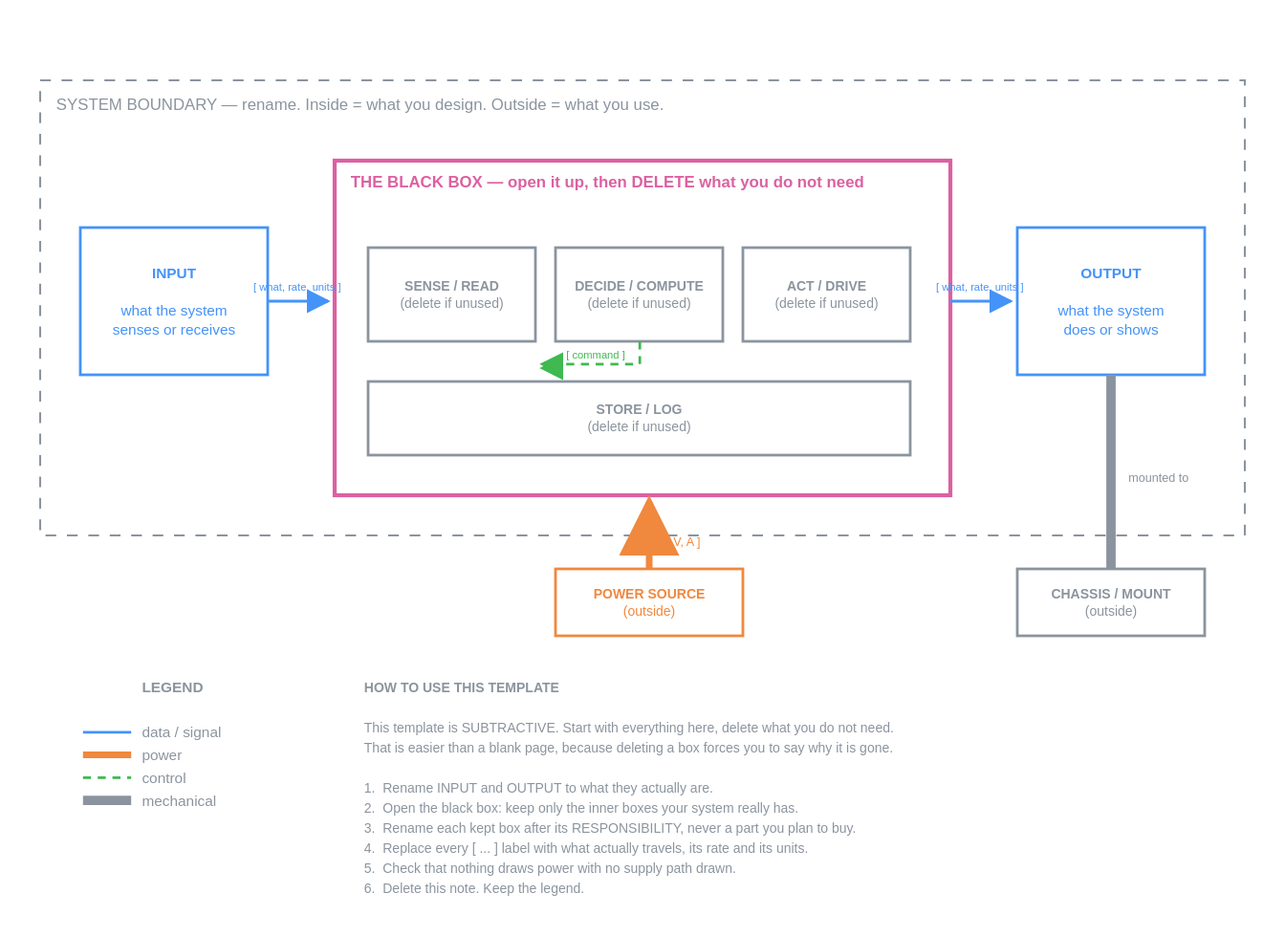
Earlier version of the draw.io export 02-concepts/diagrams/starter-template.drawio.svg (rithvin-us/Team-Asterix-System-Design-Notes). Source tidied: cells renumbered, new cells last; positions are measured from the earlier drawing's top-left corner, leaving out a move shared by most shapes.
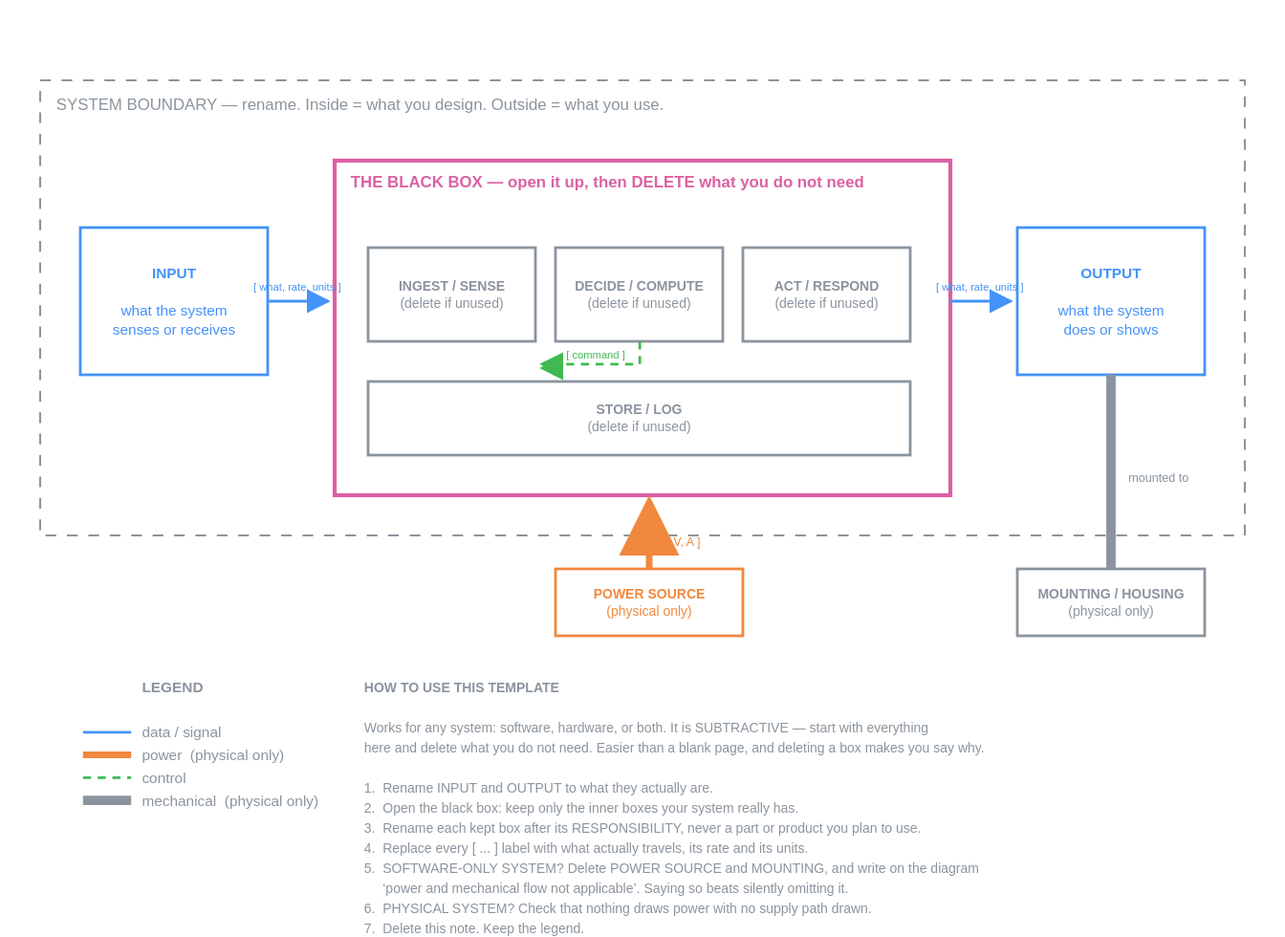
The same diagram one commit later.

Diff of the diagram source:
```diff
@@ -14,22 +14,22 @@
     <mxCell id="5" value="OUTPUT&#10;&#10;what the system&#10;does or shows" style="rounded=0;whiteSpace=wrap;html=1;fillColor=none;strokeWidth=2;strokeColor=#4493f8;fontColor=#4493f8;" parent="1" vertex="1">
       <mxGeometry x="730" y="110" width="140" height="110" as="geometry" />
     </mxCell>
-    <mxCell id="6" value="SENSE / READ&#10;(delete if unused)" style="rounded=0;whiteSpace=wrap;html=1;fillColor=none;strokeWidth=2;strokeColor=#8b949e;fontColor=#8b949e;" parent="1" vertex="1">
+    <mxCell id="6" value="INGEST / SENSE&#10;(delete if unused)" style="rounded=0;whiteSpace=wrap;html=1;fillColor=none;strokeWidth=2;strokeColor=#8b949e;fontColor=#8b949e;" parent="1" vertex="1">
       <mxGeometry x="245" y="125" width="125" height="70" as="geometry" />
     </mxCell>
     <mxCell id="7" value="DECIDE / COMPUTE&#10;(delete if unused)" style="rounded=0;whiteSpace=wrap;html=1;fillColor=none;strokeWidth=2;strokeColor=#8b949e;fontColor=#8b949e;" parent="1" vertex="1">
       <mxGeometry x="385" y="125" width="125" height="70" as="geometry" />
     </mxCell>
-    <mxCell id="8" value="ACT / DRIVE&#10;(delete if unused)" style="rounded=0;whiteSpace=wrap;html=1;fillColor=none;strokeWidth=2;strokeColor=#8b949e;fontColor=#8b949e;" parent="1" vertex="1">
+    <mxCell id="8" value="ACT / RESPOND&#10;(delete if unused)" style="rounded=0;whiteSpace=wrap;html=1;fillColor=none;strokeWidth=2;strokeColor=#8b949e;fontColor=#8b949e;" parent="1" vertex="1">
       <mxGeometry x="525" y="125" width="125" height="70" as="geometry" />
     </mxCell>
     <mxCell id="9" value="STORE / LOG  (delete if unused)" style="rounded=0;whiteSpace=wrap;html=1;fillColor=none;strokeWidth=2;strokeColor=#8b949e;fontColor=#8b949e;" parent="1" vertex="1">
       <mxGeometry x="245" y="225" width="405" height="55" as="geometry" />
     </mxCell>
-    <mxCell id="10" value="POWER SOURCE&#10;(outside)" style="rounded=0;whiteSpace=wrap;html=1;fillColor=none;strokeWidth=2;strokeColor=#f0883e;fontColor=#f0883e;" parent="1" vertex="1">
+    <mxCell id="10" value="POWER SOURCE&#10;(physical only)" style="rounded=0;whiteSpace=wrap;html=1;fillColor=none;strokeWidth=2;strokeColor=#f0883e;fontColor=#f0883e;" parent="1" vertex="1">
       <mxGeometry x="385" y="365" width="140" height="50" as="geometry" />
     </mxCell>
-    <mxCell id="11" value="CHASSIS / MOUNT&#10;(outside)" style="rounded=0;whiteSpace=wrap;html=1;fillColor=none;strokeWidth=2;strokeColor=#8b949e;fontColor=#8b949e;" parent="1" vertex="1">
+    <mxCell id="11" value="MOUNTING / HOUSING&#10;(physical only)" style="rounded=0;whiteSpace=wrap;html=1;fillColor=none;strokeWidth=2;strokeColor=#8b949e;fontColor=#8b949e;" parent="1" vertex="1">
       <mxGeometry x="730" y="365" width="140" height="50" as="geometry" />
     </mxCell>
     <mxCell id="12" value="[ what, rate, units ]" style="edgeStyle=orthogonalEdgeStyle;html=1;strokeColor=#4493f8;strokeWidth=2;dashed=0;fontColor=#4493f8;fontSize=10;" parent="1" edge="1" source="3" target="4">
```
